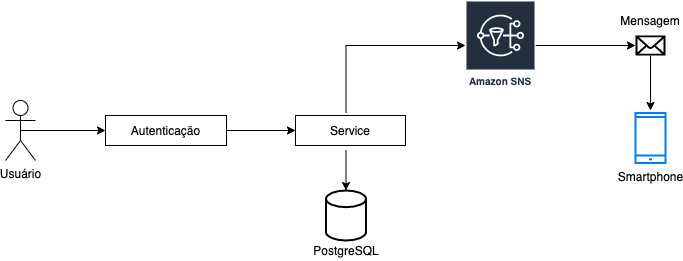
Before: diagrama.png, a diagram exported from draw.io (brunotitata/sms-service). Source tidied: cells renumbered, new cells last; positions are measured from the earlier drawing's top-left corner, leaving out a move shared by most shapes. Its diagram source:
```xml
<mxGraphModel>
  <root>
    <mxCell id="0" />
    <mxCell id="1" parent="0" />
    <mxCell id="2" style="edgeStyle=orthogonalEdgeStyle;rounded=0;jettySize=auto;html=1;exitX=0.5;exitY=0.5;exitDx=0;exitDy=0;exitPerimeter=0;entryX=0;entryY=0.5;entryDx=0;entryDy=0;" parent="1" edge="1" source="3" target="5">
      <mxGeometry relative="1" as="geometry" />
    </mxCell>
    <mxCell id="3" value="Usuário" style="shape=umlActor;verticalLabelPosition=bottom;labelBackgroundColor=#ffffff;verticalAlign=top;html=1;outlineConnect=0;" parent="1" vertex="1">
      <mxGeometry y="100" width="30" height="60" as="geometry" />
    </mxCell>
    <mxCell id="4" style="edgeStyle=orthogonalEdgeStyle;rounded=0;jettySize=auto;html=1;" parent="1" edge="1" source="5" target="16">
      <mxGeometry relative="1" as="geometry" />
    </mxCell>
    <mxCell id="5" value="Autenticação" style="rounded=0;whiteSpace=wrap;html=1;" parent="1" vertex="1">
      <mxGeometry x="100" y="115" width="121" height="30" as="geometry" />
    </mxCell>
    <mxCell id="6" style="edgeStyle=orthogonalEdgeStyle;rounded=0;jettySize=auto;html=1;entryX=0.5;entryY=0;entryDx=0;entryDy=0;entryPerimeter=0;" parent="1" edge="1" target="10">
      <mxGeometry relative="1" as="geometry">
        <mxPoint x="340.5" y="150" as="sourcePoint" />
      </mxGeometry>
    </mxCell>
    <mxCell id="7" style="edgeStyle=orthogonalEdgeStyle;rounded=0;jettySize=auto;html=1;" parent="1" edge="1" target="9">
      <mxGeometry relative="1" as="geometry">
        <mxPoint x="340.5" y="112.5" as="sourcePoint" />
        <Array as="points">
          <mxPoint x="341" y="45" />
        </Array>
      </mxGeometry>
    </mxCell>
    <mxCell id="8" style="edgeStyle=orthogonalEdgeStyle;rounded=0;jettySize=auto;html=1;entryX=0;entryY=0.5;entryDx=0;entryDy=0;entryPerimeter=0;" parent="1" edge="1" source="9" target="14">
      <mxGeometry relative="1" as="geometry" />
    </mxCell>
    <mxCell id="9" value="Amazon SNS" style="outlineConnect=0;fontColor=#232F3E;gradientColor=none;strokeColor=#ffffff;fillColor=#232F3E;dashed=0;verticalLabelPosition=middle;verticalAlign=bottom;align=center;html=1;whiteSpace=wrap;fontSize=10;fontStyle=1;spacing=3;shape=mxgraph.aws4.productIcon;prIcon=mxgraph.aws4.sns;" parent="1" vertex="1">
      <mxGeometry x="460" width="70" height="90" as="geometry" />
    </mxCell>
    <mxCell id="10" style="strokeWidth=2;html=1;shape=mxgraph.flowchart.database;whiteSpace=wrap;" parent="1" vertex="1">
      <mxGeometry x="320.5" y="190" width="40" height="50" as="geometry" />
    </mxCell>
    <mxCell id="11" value="PostgreSQL" style="text;html=1;strokeColor=none;fillColor=none;align=center;verticalAlign=middle;whiteSpace=wrap;rounded=0;" parent="1" vertex="1">
      <mxGeometry x="320.5" y="240" width="40" height="20" as="geometry" />
    </mxCell>
    <mxCell id="12" value="Smartphone" style="html=1;verticalLabelPosition=bottom;align=center;labelBackgroundColor=#ffffff;verticalAlign=top;strokeWidth=2;strokeColor=#0080F0;shadow=0;dashed=0;shape=mxgraph.ios7.icons.smartphone;" parent="1" vertex="1">
      <mxGeometry x="630" y="112.5" width="30" height="50" as="geometry" />
    </mxCell>
    <mxCell id="13" style="edgeStyle=orthogonalEdgeStyle;rounded=0;jettySize=auto;html=1;" parent="1" edge="1" source="14">
      <mxGeometry relative="1" as="geometry">
        <mxPoint x="645" y="110" as="targetPoint" />
      </mxGeometry>
    </mxCell>
    <mxCell id="14" style="shape=mxgraph.signs.tech.mail;html=1;fillColor=#000000;strokeColor=none;verticalLabelPosition=bottom;verticalAlign=top;align=center;" parent="1" vertex="1">
      <mxGeometry x="630" y="35" width="30" height="20" as="geometry" />
    </mxCell>
    <mxCell id="15" value="Mensagem" style="text;html=1;strokeColor=none;fillColor=none;align=center;verticalAlign=middle;whiteSpace=wrap;rounded=0;" parent="1" vertex="1">
      <mxGeometry x="625" y="10" width="40" height="20" as="geometry" />
    </mxCell>
    <mxCell id="16" value="Service" style="rounded=0;whiteSpace=wrap;html=1;" parent="1" vertex="1">
      <mxGeometry x="290" y="115" width="110" height="30" as="geometry" />
    </mxCell>
  </root>
</mxGraphModel>
```
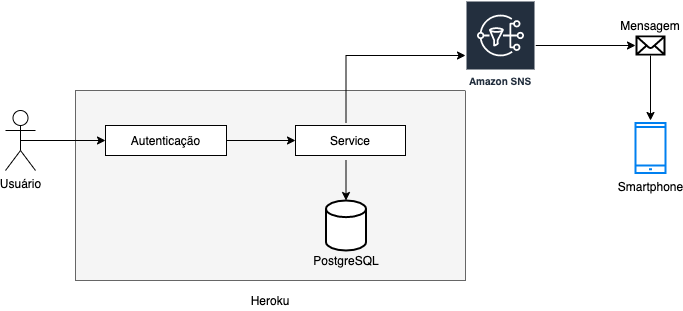
After the change.

Commit message:
alteração diagrama

Diff of the diagram source:
```diff
@@ -2,6 +2,9 @@
   <root>
     <mxCell id="0" />
     <mxCell id="1" parent="0" />
+    <mxCell id="17" style="rounded=0;whiteSpace=wrap;html=1;fillColor=#f5f5f5;strokeColor=#666666;fontColor=#333333;" parent="1" vertex="1">
+      <mxGeometry x="70" y="80" width="390" height="190" as="geometry" />
+    </mxCell>
     <mxCell id="2" style="edgeStyle=orthogonalEdgeStyle;rounded=0;jettySize=auto;html=1;exitX=0.5;exitY=0.5;exitDx=0;exitDy=0;exitPerimeter=0;entryX=0;entryY=0.5;entryDx=0;entryDy=0;" parent="1" edge="1" source="3" target="5">
       <mxGeometry relative="1" as="geometry" />
     </mxCell>
@@ -31,7 +34,7 @@
       <mxGeometry relative="1" as="geometry" />
     </mxCell>
     <mxCell id="9" value="Amazon SNS" style="outlineConnect=0;fontColor=#232F3E;gradientColor=none;strokeColor=#ffffff;fillColor=#232F3E;dashed=0;verticalLabelPosition=middle;verticalAlign=bottom;align=center;html=1;whiteSpace=wrap;fontSize=10;fontStyle=1;spacing=3;shape=mxgraph.aws4.productIcon;prIcon=mxgraph.aws4.sns;" parent="1" vertex="1">
-      <mxGeometry x="460" width="70" height="90" as="geometry" />
+      <mxGeometry x="460" y="-10" width="70" height="90" as="geometry" />
     </mxCell>
     <mxCell id="10" style="strokeWidth=2;html=1;shape=mxgraph.flowchart.database;whiteSpace=wrap;" parent="1" vertex="1">
       <mxGeometry x="320.5" y="190" width="40" height="50" as="geometry" />
@@ -48,13 +51,16 @@
       </mxGeometry>
     </mxCell>
     <mxCell id="14" style="shape=mxgraph.signs.tech.mail;html=1;fillColor=#000000;strokeColor=none;verticalLabelPosition=bottom;verticalAlign=top;align=center;" parent="1" vertex="1">
-      <mxGeometry x="630" y="35" width="30" height="20" as="geometry" />
+      <mxGeometry x="630" y="25" width="30" height="20" as="geometry" />
     </mxCell>
     <mxCell id="15" value="Mensagem" style="text;html=1;strokeColor=none;fillColor=none;align=center;verticalAlign=middle;whiteSpace=wrap;rounded=0;" parent="1" vertex="1">
-      <mxGeometry x="625" y="10" width="40" height="20" as="geometry" />
+      <mxGeometry x="625" y="5" width="40" height="20" as="geometry" />
     </mxCell>
     <mxCell id="16" value="Service" style="rounded=0;whiteSpace=wrap;html=1;" parent="1" vertex="1">
       <mxGeometry x="290" y="115" width="110" height="30" as="geometry" />
     </mxCell>
+    <mxCell id="18" value="Heroku" style="text;html=1;strokeColor=none;fillColor=none;align=center;verticalAlign=middle;whiteSpace=wrap;rounded=0;" parent="1" vertex="1">
+      <mxGeometry x="245" y="280" width="40" height="20" as="geometry" />
+    </mxCell>
   </root>
 </mxGraphModel>
```
